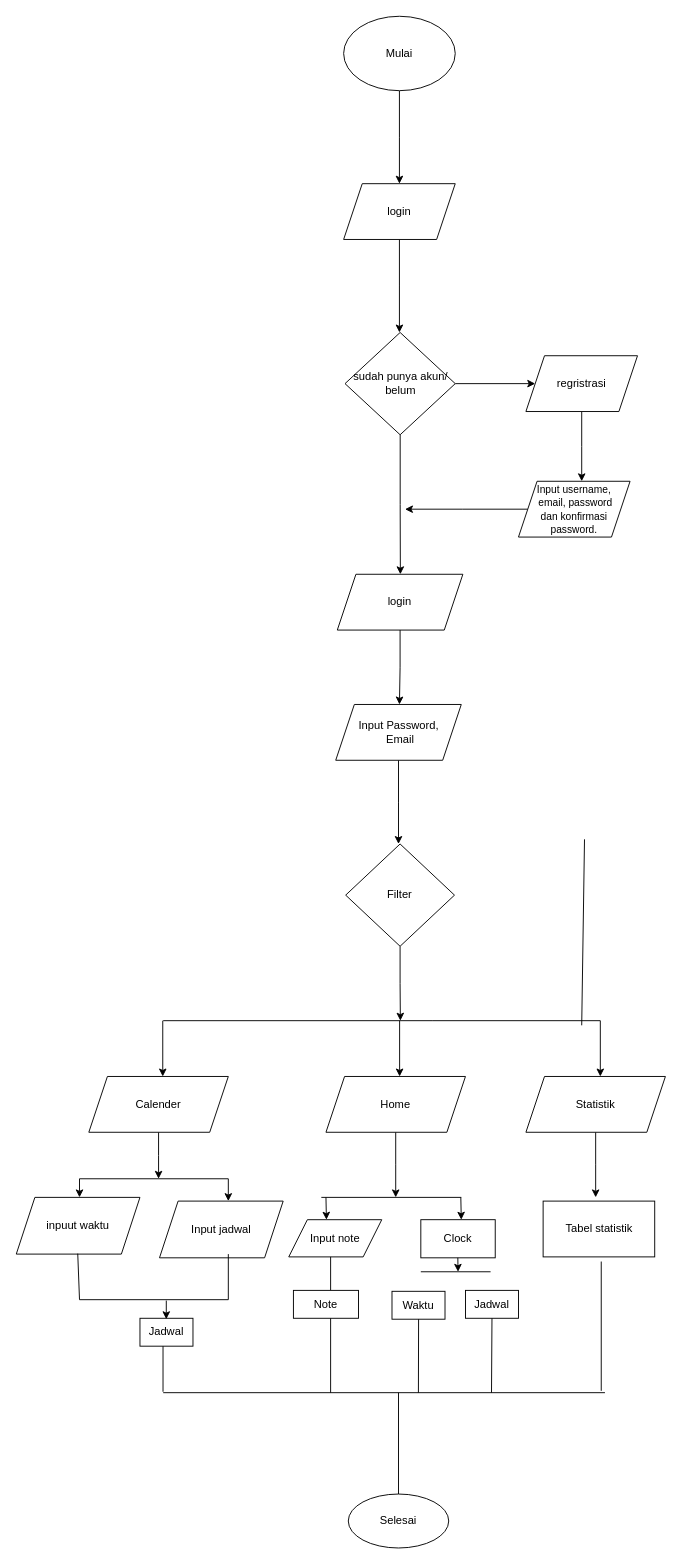
Above: Diagram Tanpa Judul.drawio in ourhappycalender/Data-Analyst (draw.io), before the change. Source tidied: cells renumbered, new cells numbered last; positions are measured from the earlier drawing's top-left corner, leaving out a move shared by most shapes. Both pictures are drawn from the tidied source at 93%, with x=0, y=0 at pixel (16, 16).
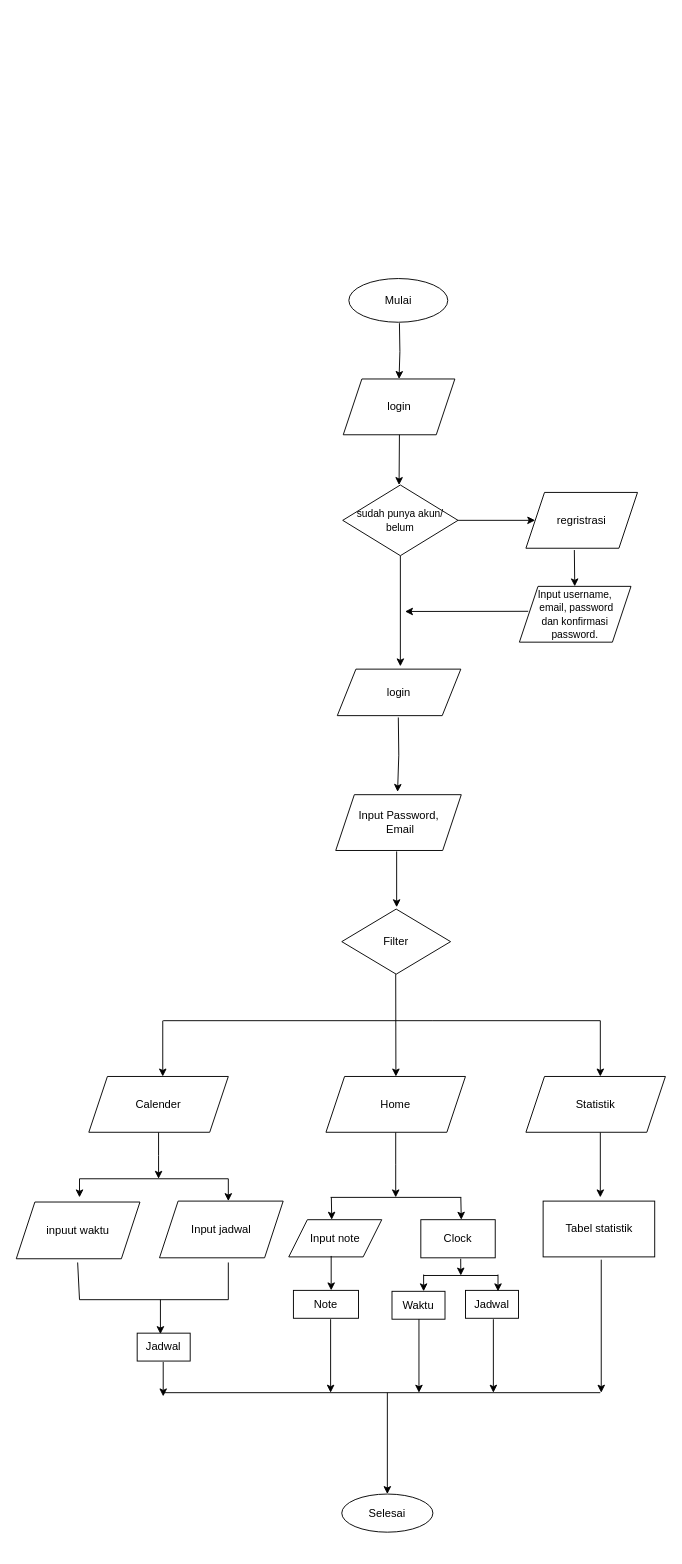
The same page after the edit.

Unchanged cells that the change refers to:
```xml
<mxCell id="12" value="Clock" style="rounded=0;whiteSpace=wrap;html=1;" parent="1" vertex="1">
  <mxGeometry x="435" y="1294" width="80" height="41" as="geometry" />
</mxCell>
<mxCell id="15" value="Jadwal" style="rounded=0;whiteSpace=wrap;html=1;" parent="1" vertex="1">
  <mxGeometry x="483" y="1370" width="57" height="30" as="geometry" />
</mxCell>
<mxCell id="53" value="Statistik" style="shape=parallelogram;perimeter=parallelogramPerimeter;whiteSpace=wrap;html=1;fixedSize=1;" parent="1" vertex="1">
  <mxGeometry x="548" y="1140" width="150" height="60" as="geometry" />
</mxCell>
```

Change to the diagram source:
```diff
@@
-    <mxCell id="2" style="edgeStyle=orthogonalEdgeStyle;rounded=0;jettySize=auto;html=1;" parent="1" edge="1" source="3">
+    <mxCell id="2" style="edgeStyle=orthogonalEdgeStyle;rounded=0;orthogonalLoop=1;jettySize=auto;html=1;" parent="1" edge="1">
       <mxGeometry relative="1" as="geometry">
-        <mxPoint x="412" y="180" as="targetPoint" />
+        <mxPoint x="412" y="330" as="sourcePoint" />
+        <mxPoint x="411.6" y="390" as="targetPoint" />
       </mxGeometry>
     </mxCell>
     <mxCell id="3" value="Mulai" style="ellipse;whiteSpace=wrap;html=1;" parent="1" vertex="1">
-      <mxGeometry x="352" width="120" height="80" as="geometry" />
+      <mxGeometry x="357.6" y="282" width="106.4" height="47" as="geometry" />
     </mxCell>
-    <mxCell id="4" style="endArrow=none;html=1;rounded=0;exitX=0.571;exitY=0;exitDx=0;exitDy=0;exitPerimeter=0;" parent="1" edge="1">
-      <mxGeometry relative="1" as="geometry">
-        <mxPoint x="608" y="1085" as="sourcePoint" />
-        <mxPoint x="611" y="885" as="targetPoint" />
-      </mxGeometry>
-    </mxCell>
@@
     <mxCell id="6" style="endArrow=none;html=1;rounded=0;" parent="1" edge="1">
       <mxGeometry relative="1" as="geometry">
-        <mxPoint x="328" y="1270" as="sourcePoint" />
+        <mxPoint x="338" y="1270" as="sourcePoint" />
         <mxPoint x="478.5" y="1270" as="targetPoint" />
       </mxGeometry>
     </mxCell>
-    <mxCell id="7" style="endArrow=none;html=1;rounded=0;" parent="1" edge="1">
-      <mxGeometry relative="1" as="geometry">
-        <mxPoint x="411" y="1589" as="sourcePoint" />
-        <mxPoint x="411" y="1480" as="targetPoint" />
-      </mxGeometry>
-    </mxCell>
     <mxCell id="8" value="Selesai" style="ellipse;whiteSpace=wrap;html=1;" parent="1" vertex="1">
-      <mxGeometry x="357" y="1589" width="108" height="58" as="geometry" />
+      <mxGeometry x="350" y="1589" width="98" height="41" as="geometry" />
     </mxCell>
     <mxCell id="9" value="inpuut waktu" style="shape=parallelogram;perimeter=parallelogramPerimeter;whiteSpace=wrap;html=1;fixedSize=1;" parent="1" vertex="1">
-      <mxGeometry y="1270" width="133" height="61" as="geometry" />
+      <mxGeometry y="1275" width="133" height="61" as="geometry" />
     </mxCell>
@@
     <mxCell id="13" style="endArrow=none;html=1;rounded=0;" parent="1" edge="1">
       <mxGeometry relative="1" as="geometry">
         <mxPoint x="68" y="1380" as="sourcePoint" />
-        <mxPoint x="66.1" y="1330.5" as="targetPoint" />
+        <mxPoint x="66" y="1340" as="targetPoint" />
       </mxGeometry>
     </mxCell>
@@
     <mxCell id="16" value="Jadwal" style="rounded=0;whiteSpace=wrap;html=1;" parent="1" vertex="1">
-      <mxGeometry x="133" y="1400" width="57" height="30" as="geometry" />
+      <mxGeometry x="130" y="1416" width="57" height="30" as="geometry" />
     </mxCell>
-    <mxCell id="17" style="endArrow=none;html=1;rounded=0;" parent="1" edge="1">
-      <mxGeometry relative="1" as="geometry">
-        <mxPoint x="435" y="1350" as="sourcePoint" />
-        <mxPoint x="510" y="1350" as="targetPoint" />
-      </mxGeometry>
-    </mxCell>
     <mxCell id="18" style="endArrow=none;html=1;rounded=0;" parent="1" edge="1">
       <mxGeometry relative="1" as="geometry">
         <mxPoint x="158" y="1480" as="sourcePoint" />
-        <mxPoint x="633" y="1480" as="targetPoint" />
+        <mxPoint x="628" y="1480" as="targetPoint" />
       </mxGeometry>
     </mxCell>
-    <mxCell id="19" style="endArrow=none;html=1;rounded=0;" parent="1" edge="1">
-      <mxGeometry relative="1" as="geometry">
-        <mxPoint x="629" y="1478" as="sourcePoint" />
-        <mxPoint x="629" y="1339" as="targetPoint" />
-      </mxGeometry>
-    </mxCell>
@@
-    <mxCell id="21" style="endArrow=none;html=1;rounded=0;entryX=0.5;entryY=1;entryDx=0;entryDy=0;" parent="1" edge="1" target="15">
-      <mxGeometry relative="1" as="geometry">
-        <mxPoint x="511" y="1480" as="sourcePoint" />
-      </mxGeometry>
-    </mxCell>
-    <mxCell id="22" style="endArrow=none;html=1;rounded=0;" parent="1" edge="1">
-      <mxGeometry relative="1" as="geometry">
-        <mxPoint x="432.4" y="1480" as="sourcePoint" />
-        <mxPoint x="432.6" y="1401" as="targetPoint" />
-      </mxGeometry>
-    </mxCell>
     <mxCell id="23" style="endArrow=none;html=1;rounded=0;" parent="1" edge="1">
       <mxGeometry relative="1" as="geometry">
         <mxPoint x="228" y="1380" as="sourcePoint" />
-        <mxPoint x="228" y="1331" as="targetPoint" />
+        <mxPoint x="228" y="1340" as="targetPoint" />
       </mxGeometry>
     </mxCell>
@@
-    <mxCell id="25" style="endArrow=none;html=1;rounded=0;" parent="1" edge="1">
-      <mxGeometry relative="1" as="geometry">
-        <mxPoint x="157.8" y="1479" as="sourcePoint" />
-        <mxPoint x="157.8" y="1430" as="targetPoint" />
-      </mxGeometry>
-    </mxCell>
-    <mxCell id="26" style="endArrow=none;html=1;rounded=0;" parent="1" edge="1">
-      <mxGeometry relative="1" as="geometry">
-        <mxPoint x="338" y="1370" as="sourcePoint" />
-        <mxPoint x="338" y="1334" as="targetPoint" />
-      </mxGeometry>
-    </mxCell>
@@
-    <mxCell id="28" style="endArrow=none;html=1;rounded=0;" parent="1" edge="1">
-      <mxGeometry relative="1" as="geometry">
-        <mxPoint x="338" y="1480" as="sourcePoint" />
-        <mxPoint x="338" y="1400" as="targetPoint" />
-      </mxGeometry>
-    </mxCell>
-    <mxCell id="29" style="edgeStyle=orthogonalEdgeStyle;rounded=0;jettySize=auto;html=1;" parent="1" edge="1" source="30">
-      <mxGeometry relative="1" as="geometry">
-        <mxPoint x="412" y="340" as="targetPoint" />
-      </mxGeometry>
-    </mxCell>
     <mxCell id="30" value="login" style="shape=parallelogram;perimeter=parallelogramPerimeter;whiteSpace=wrap;html=1;fixedSize=1;" parent="1" vertex="1">
-      <mxGeometry x="352" y="180" width="120" height="60" as="geometry" />
+      <mxGeometry x="351.6" y="390" width="120" height="60" as="geometry" />
     </mxCell>
-    <mxCell id="31" style="edgeStyle=orthogonalEdgeStyle;rounded=0;jettySize=auto;html=1;" parent="1" edge="1" source="32">
-      <mxGeometry relative="1" as="geometry">
-        <mxPoint x="608" y="500" as="targetPoint" />
-      </mxGeometry>
-    </mxCell>
     <mxCell id="32" value="regristrasi" style="shape=parallelogram;perimeter=parallelogramPerimeter;whiteSpace=wrap;html=1;fixedSize=1;" parent="1" vertex="1">
-      <mxGeometry x="548" y="365" width="120" height="60" as="geometry" />
+      <mxGeometry x="548" y="512" width="120" height="60" as="geometry" />
     </mxCell>
@@
-    <mxCell id="34" style="edgeStyle=orthogonalEdgeStyle;rounded=0;jettySize=auto;html=1;" parent="1" edge="1" source="35">
+    <mxCell id="34" style="edgeStyle=orthogonalEdgeStyle;rounded=0;orthogonalLoop=1;jettySize=auto;html=1;" parent="1" edge="1">
       <mxGeometry relative="1" as="geometry">
-        <mxPoint x="413" y="600" as="targetPoint" />
+        <mxPoint x="413" y="580" as="sourcePoint" />
+        <mxPoint x="413" y="699" as="targetPoint" />
       </mxGeometry>
     </mxCell>
-    <mxCell id="35" value="sudah punya akun/ belum" style="rhombus;whiteSpace=wrap;html=1;" parent="1" vertex="1">
-      <mxGeometry x="353.5" y="340" width="118.5" height="110" as="geometry" />
+    <mxCell id="35" value="&lt;font style=&quot;font-size: 11px;&quot;&gt;sudah punya akun/ belum&lt;/font&gt;" style="rhombus;whiteSpace=wrap;html=1;" parent="1" vertex="1">
+      <mxGeometry x="351" y="504" width="124" height="76" as="geometry" />
     </mxCell>
-    <mxCell id="36" style="edgeStyle=orthogonalEdgeStyle;rounded=0;jettySize=auto;html=1;" parent="1" edge="1" source="37">
+    <mxCell id="36" style="rounded=0;jettySize=auto;html=1;exitX=0.079;exitY=0.447;exitDx=0;exitDy=0;exitPerimeter=0;" parent="1" edge="1" source="37">
       <mxGeometry relative="1" as="geometry">
-        <mxPoint x="418" y="530" as="targetPoint" />
+        <mxPoint x="418" y="640" as="targetPoint" />
       </mxGeometry>
     </mxCell>
     <mxCell id="37" value="&lt;font style=&quot;font-size: 11px;&quot;&gt;Input username,&lt;br style=&quot;border-color: var(--border-color); background-color: rgb(255, 255, 255);&quot;&gt;&lt;span style=&quot;background-color: rgb(255, 255, 255);&quot;&gt;&amp;nbsp;email, password&lt;/span&gt;&lt;br style=&quot;border-color: var(--border-color); background-color: rgb(255, 255, 255);&quot;&gt;&lt;span style=&quot;background-color: rgb(255, 255, 255);&quot;&gt;dan konfirmasi&lt;/span&gt;&lt;br style=&quot;border-color: var(--border-color); background-color: rgb(255, 255, 255);&quot;&gt;&lt;span style=&quot;background-color: rgb(255, 255, 255);&quot;&gt;password.&lt;/span&gt;&lt;/font&gt;" style="shape=parallelogram;perimeter=parallelogramPerimeter;whiteSpace=wrap;html=1;fixedSize=1;" parent="1" vertex="1">
-      <mxGeometry x="540" y="500" width="120" height="60" as="geometry" />
+      <mxGeometry x="541" y="613" width="120" height="60" as="geometry" />
     </mxCell>
-    <mxCell id="38" style="edgeStyle=orthogonalEdgeStyle;rounded=0;jettySize=auto;html=1;" parent="1" edge="1" source="39">
+    <mxCell id="38" style="edgeStyle=orthogonalEdgeStyle;rounded=0;orthogonalLoop=1;jettySize=auto;html=1;" parent="1" edge="1">
       <mxGeometry relative="1" as="geometry">
-        <mxPoint x="412" y="740" as="targetPoint" />
+        <mxPoint x="410.8" y="754" as="sourcePoint" />
+        <mxPoint x="410" y="834" as="targetPoint" />
       </mxGeometry>
     </mxCell>
     <mxCell id="39" value="login" style="shape=parallelogram;perimeter=parallelogramPerimeter;whiteSpace=wrap;html=1;fixedSize=1;" parent="1" vertex="1">
-      <mxGeometry x="345.2" y="600" width="135" height="60" as="geometry" />
+      <mxGeometry x="345.2" y="702" width="132.8" height="50" as="geometry" />
     </mxCell>
-    <mxCell id="40" style="edgeStyle=orthogonalEdgeStyle;rounded=0;jettySize=auto;html=1;" parent="1" edge="1" source="41">
+    <mxCell id="40" style="edgeStyle=orthogonalEdgeStyle;rounded=0;orthogonalLoop=1;jettySize=auto;html=1;" parent="1" edge="1">
       <mxGeometry relative="1" as="geometry">
-        <mxPoint x="411" y="890" as="targetPoint" />
+        <mxPoint x="409" y="898" as="sourcePoint" />
+        <mxPoint x="409" y="958" as="targetPoint" />
       </mxGeometry>
     </mxCell>
     <mxCell id="41" value="Input Password,&lt;br style=&quot;border-color: var(--border-color); background-color: rgb(255, 255, 255);&quot;&gt;&lt;span style=&quot;background-color: rgb(255, 255, 255);&quot;&gt;&amp;nbsp;Email&lt;/span&gt;" style="shape=parallelogram;perimeter=parallelogramPerimeter;whiteSpace=wrap;html=1;fixedSize=1;" parent="1" vertex="1">
-      <mxGeometry x="343.5" y="740" width="135" height="60" as="geometry" />
+      <mxGeometry x="343.5" y="837" width="135" height="60" as="geometry" />
     </mxCell>
-    <mxCell id="42" style="edgeStyle=orthogonalEdgeStyle;rounded=0;jettySize=auto;html=1;" parent="1" edge="1" source="43">
-      <mxGeometry relative="1" as="geometry">
-        <mxPoint x="413" y="1080" as="targetPoint" />
-      </mxGeometry>
-    </mxCell>
     <mxCell id="43" value="Filter" style="rhombus;whiteSpace=wrap;html=1;" parent="1" vertex="1">
-      <mxGeometry x="354.2" y="890" width="117" height="110" as="geometry" />
+      <mxGeometry x="350" y="960" width="117" height="70" as="geometry" />
     </mxCell>
@@
     <mxCell id="46" style="endArrow=classic;html=1;rounded=0;" parent="1" edge="1">
       <mxGeometry relative="1" as="geometry">
-        <mxPoint x="412.2" y="1080" as="sourcePoint" />
-        <mxPoint x="412.2" y="1140" as="targetPoint" />
+        <mxPoint x="408" y="1030" as="sourcePoint" />
+        <mxPoint x="408.2" y="1140" as="targetPoint" />
       </mxGeometry>
     </mxCell>
@@
-    <mxCell id="52" style="edgeStyle=orthogonalEdgeStyle;rounded=0;jettySize=auto;html=1;" parent="1" edge="1" source="53">
+    <mxCell id="52" style="edgeStyle=orthogonalEdgeStyle;rounded=0;orthogonalLoop=1;jettySize=auto;html=1;" parent="1" edge="1">
       <mxGeometry relative="1" as="geometry">
-        <mxPoint x="623" y="1270" as="targetPoint" />
+        <mxPoint x="628" y="1200" as="sourcePoint" />
+        <mxPoint x="628" y="1270" as="targetPoint" />
       </mxGeometry>
     </mxCell>
@@
     <mxCell id="56" style="endArrow=classic;html=1;rounded=0;" parent="1" edge="1">
       <mxGeometry relative="1" as="geometry">
-        <mxPoint x="161.3" y="1381" as="sourcePoint" />
-        <mxPoint x="161.3" y="1401" as="targetPoint" />
+        <mxPoint x="155" y="1380" as="sourcePoint" />
+        <mxPoint x="155" y="1417" as="targetPoint" />
       </mxGeometry>
     </mxCell>
@@
     <mxCell id="58" style="endArrow=classic;html=1;rounded=0;" parent="1" edge="1">
       <mxGeometry relative="1" as="geometry">
-        <mxPoint x="333" y="1270" as="sourcePoint" />
-        <mxPoint x="333.5" y="1294" as="targetPoint" />
+        <mxPoint x="338.8" y="1270" as="sourcePoint" />
+        <mxPoint x="339.2" y="1294" as="targetPoint" />
       </mxGeometry>
     </mxCell>
-    <mxCell id="59" style="endArrow=classic;html=1;rounded=0;" parent="1" edge="1">
-      <mxGeometry relative="1" as="geometry">
-        <mxPoint x="474.8" y="1335" as="sourcePoint" />
-        <mxPoint x="475" y="1350" as="targetPoint" />
-      </mxGeometry>
-    </mxCell>
+    <mxCell id="60" style="endArrow=classic;html=1;rounded=0;entryX=0.489;entryY=0.079;entryDx=0;entryDy=0;entryPerimeter=0;" parent="1" edge="1">
+      <mxGeometry relative="1" as="geometry">
+        <mxPoint x="412" y="450" as="sourcePoint" />
+        <mxPoint x="411.6" y="504" as="targetPoint" />
+      </mxGeometry>
+    </mxCell>
+    <mxCell id="61" style="endArrow=classic;html=1;rounded=0;entryX=0.489;entryY=0.079;entryDx=0;entryDy=0;entryPerimeter=0;exitX=0.434;exitY=1.032;exitDx=0;exitDy=0;exitPerimeter=0;" parent="1" edge="1" source="32">
+      <mxGeometry relative="1" as="geometry">
+        <mxPoint x="600.5" y="613" as="targetPoint" />
+      </mxGeometry>
+    </mxCell>
+    <mxCell id="62" style="rounded=0;jettySize=auto;html=1;entryX=0.5;entryY=0;entryDx=0;entryDy=0;" parent="1" edge="1" target="8">
+      <mxGeometry relative="1" as="geometry">
+        <mxPoint x="399" y="1480" as="sourcePoint" />
+      </mxGeometry>
+    </mxCell>
+    <mxCell id="63" style="rounded=0;orthogonalLoop=1;jettySize=auto;html=1;" parent="1" edge="1">
+      <mxGeometry relative="1" as="geometry">
+        <mxPoint x="629" y="1337" as="sourcePoint" />
+        <mxPoint x="629" y="1480" as="targetPoint" />
+      </mxGeometry>
+    </mxCell>
+    <mxCell id="64" style="endArrow=classic;html=1;rounded=0;" parent="1" edge="1">
+      <mxGeometry relative="1" as="geometry">
+        <mxPoint x="338.6" y="1333" as="sourcePoint" />
+        <mxPoint x="338.6" y="1370" as="targetPoint" />
+      </mxGeometry>
+    </mxCell>
+    <mxCell id="65" style="endArrow=classic;html=1;rounded=0;" parent="1" edge="1">
+      <mxGeometry relative="1" as="geometry">
+        <mxPoint x="338" y="1401" as="sourcePoint" />
+        <mxPoint x="338" y="1480" as="targetPoint" />
+      </mxGeometry>
+    </mxCell>
+    <mxCell id="66" style="endArrow=classic;html=1;rounded=0;" parent="1" edge="1">
+      <mxGeometry relative="1" as="geometry">
+        <mxPoint x="433" y="1401" as="sourcePoint" />
+        <mxPoint x="433" y="1480" as="targetPoint" />
+      </mxGeometry>
+    </mxCell>
+    <mxCell id="67" style="endArrow=classic;html=1;rounded=0;" parent="1" edge="1">
+      <mxGeometry relative="1" as="geometry">
+        <mxPoint x="513" y="1401" as="sourcePoint" />
+        <mxPoint x="513" y="1480" as="targetPoint" />
+      </mxGeometry>
+    </mxCell>
+    <mxCell id="68" style="endArrow=classic;html=1;rounded=0;" parent="1" edge="1">
+      <mxGeometry relative="1" as="geometry">
+        <mxPoint x="158" y="1447" as="sourcePoint" />
+        <mxPoint x="158" y="1484" as="targetPoint" />
+      </mxGeometry>
+    </mxCell>
+    <mxCell id="69" style="edgeStyle=orthogonalEdgeStyle;rounded=0;jettySize=auto;html=1;exitX=0.536;exitY=1.024;exitDx=0;exitDy=0;exitPerimeter=0;" parent="1" edge="1" source="12">
+      <mxGeometry relative="1" as="geometry">
+        <mxPoint x="478" y="1354" as="targetPoint" />
+      </mxGeometry>
+    </mxCell>
+    <mxCell id="70" style="endArrow=none;html=1;rounded=0;" parent="1" edge="1">
+      <mxGeometry relative="1" as="geometry">
+        <mxPoint x="438" y="1354" as="sourcePoint" />
+        <mxPoint x="518" y="1354" as="targetPoint" />
+      </mxGeometry>
+    </mxCell>
+    <mxCell id="71" style="edgeStyle=orthogonalEdgeStyle;rounded=0;orthogonalLoop=1;jettySize=auto;html=1;exitX=0.536;exitY=1.024;exitDx=0;exitDy=0;exitPerimeter=0;" parent="1" edge="1">
+      <mxGeometry relative="1" as="geometry">
+        <mxPoint x="518" y="1353" as="sourcePoint" />
+        <mxPoint x="518" y="1371" as="targetPoint" />
+      </mxGeometry>
+    </mxCell>
+    <mxCell id="72" style="edgeStyle=orthogonalEdgeStyle;rounded=0;orthogonalLoop=1;jettySize=auto;html=1;exitX=0.536;exitY=1.024;exitDx=0;exitDy=0;exitPerimeter=0;" parent="1" edge="1">
+      <mxGeometry relative="1" as="geometry">
+        <mxPoint x="438" y="1353" as="sourcePoint" />
+        <mxPoint x="438" y="1371" as="targetPoint" />
+      </mxGeometry>
+    </mxCell>
```
